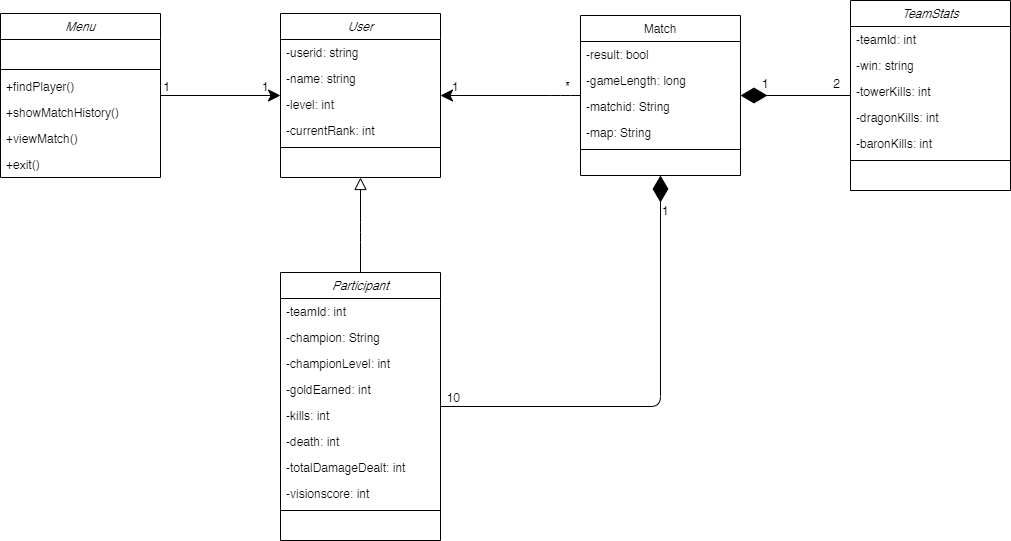
Earlier version of the draw.io export class_diagram.png (greg-bahr/lol-match-history). Source tidied: cells renumbered, new cells last; positions are measured from the earlier drawing's top-left corner, leaving out a move shared by most shapes. Source of this version:
```xml
<mxGraphModel>
  <root>
    <mxCell id="0" />
    <mxCell id="1" parent="0" />
    <mxCell id="2" value="User" style="swimlane;fontStyle=2;align=center;verticalAlign=top;horizontal=1;startSize=26;rounded=0;shadow=0;strokeWidth=1;" parent="1" vertex="1">
      <mxGeometry x="280" y="13" width="160" height="164" as="geometry" />
    </mxCell>
    <mxCell id="3" value="-userid: string" style="text;align=left;verticalAlign=top;spacingLeft=4;spacingRight=4;overflow=hidden;rounded=0;shadow=0;html=0;" parent="2" vertex="1">
      <mxGeometry y="26" width="160" height="26" as="geometry" />
    </mxCell>
    <mxCell id="4" value="-name: string" style="text;align=left;verticalAlign=top;spacingLeft=4;spacingRight=4;overflow=hidden;rounded=0;shadow=0;html=0;" parent="2" vertex="1">
      <mxGeometry y="52" width="160" height="26" as="geometry" />
    </mxCell>
    <mxCell id="5" value="-level: int" style="text;align=left;verticalAlign=top;spacingLeft=4;spacingRight=4;overflow=hidden;rounded=0;shadow=0;html=0;" parent="2" vertex="1">
      <mxGeometry y="78" width="160" height="26" as="geometry" />
    </mxCell>
    <mxCell id="6" value="-currentRank: int" style="text;align=left;verticalAlign=top;spacingLeft=4;spacingRight=4;overflow=hidden;rounded=0;shadow=0;html=0;" parent="2" vertex="1">
      <mxGeometry y="104" width="160" height="26" as="geometry" />
    </mxCell>
    <mxCell id="7" style="line;html=1;strokeWidth=1;align=left;verticalAlign=middle;spacingTop=-1;spacingLeft=3;spacingRight=3;labelPosition=right;" parent="2" vertex="1">
      <mxGeometry y="130" width="160" height="8" as="geometry" />
    </mxCell>
    <mxCell id="8" value="Match" style="swimlane;fontStyle=0;align=center;verticalAlign=top;horizontal=1;startSize=26;rounded=0;shadow=0;strokeWidth=1;" parent="1" vertex="1">
      <mxGeometry x="580" y="15" width="160" height="160" as="geometry" />
    </mxCell>
    <mxCell id="9" value="-result: bool" style="text;align=left;verticalAlign=top;spacingLeft=4;spacingRight=4;overflow=hidden;rounded=0;shadow=0;html=0;" parent="8" vertex="1">
      <mxGeometry y="26" width="160" height="26" as="geometry" />
    </mxCell>
    <mxCell id="10" value="-gameLength: long" style="text;align=left;verticalAlign=top;spacingLeft=4;spacingRight=4;overflow=hidden;" parent="8" vertex="1">
      <mxGeometry y="52" width="160" height="26" as="geometry" />
    </mxCell>
    <mxCell id="11" value="-matchid: String" style="text;align=left;verticalAlign=top;spacingLeft=4;spacingRight=4;overflow=hidden;rounded=0;shadow=0;html=0;" parent="8" vertex="1">
      <mxGeometry y="78" width="160" height="26" as="geometry" />
    </mxCell>
    <mxCell id="12" value="-map: String" style="text;align=left;verticalAlign=top;spacingLeft=4;spacingRight=4;overflow=hidden;rounded=0;shadow=0;html=0;" parent="8" vertex="1">
      <mxGeometry y="104" width="160" height="26" as="geometry" />
    </mxCell>
    <mxCell id="13" style="line;html=1;strokeWidth=1;align=left;verticalAlign=middle;spacingTop=-1;spacingLeft=3;spacingRight=3;labelPosition=right;" parent="8" vertex="1">
      <mxGeometry y="130" width="160" height="8" as="geometry" />
    </mxCell>
    <mxCell id="14" value="TeamStats" style="swimlane;fontStyle=2;align=center;verticalAlign=top;horizontal=1;startSize=26;rounded=0;shadow=0;strokeWidth=1;" parent="1" vertex="1">
      <mxGeometry x="850" width="160" height="190" as="geometry" />
    </mxCell>
    <mxCell id="15" value="-teamId: int" style="text;align=left;verticalAlign=top;spacingLeft=4;spacingRight=4;overflow=hidden;" parent="14" vertex="1">
      <mxGeometry y="26" width="160" height="26" as="geometry" />
    </mxCell>
    <mxCell id="16" value="-win: string" style="text;align=left;verticalAlign=top;spacingLeft=4;spacingRight=4;overflow=hidden;rounded=0;shadow=0;html=0;" parent="14" vertex="1">
      <mxGeometry y="52" width="160" height="26" as="geometry" />
    </mxCell>
    <mxCell id="17" value="-towerKills: int" style="text;align=left;verticalAlign=top;spacingLeft=4;spacingRight=4;overflow=hidden;" parent="14" vertex="1">
      <mxGeometry y="78" width="160" height="26" as="geometry" />
    </mxCell>
    <mxCell id="18" value="-dragonKills: int" style="text;align=left;verticalAlign=top;spacingLeft=4;spacingRight=4;overflow=hidden;" parent="14" vertex="1">
      <mxGeometry y="104" width="160" height="26" as="geometry" />
    </mxCell>
    <mxCell id="19" value="-baronKills: int" style="text;align=left;verticalAlign=top;spacingLeft=4;spacingRight=4;overflow=hidden;" parent="14" vertex="1">
      <mxGeometry y="130" width="160" height="26" as="geometry" />
    </mxCell>
    <mxCell id="20" style="line;html=1;strokeWidth=1;align=left;verticalAlign=middle;spacingTop=-1;spacingLeft=3;spacingRight=3;labelPosition=right;" parent="14" vertex="1">
      <mxGeometry y="156" width="160" height="8" as="geometry" />
    </mxCell>
    <mxCell id="21" value="Participant" style="swimlane;fontStyle=2;align=center;verticalAlign=top;horizontal=1;startSize=26;rounded=0;shadow=0;strokeWidth=1;" parent="1" vertex="1">
      <mxGeometry x="280" y="272" width="160" height="268" as="geometry" />
    </mxCell>
    <mxCell id="22" value="-teamId: int" style="text;align=left;verticalAlign=top;spacingLeft=4;spacingRight=4;overflow=hidden;" parent="21" vertex="1">
      <mxGeometry y="26" width="160" height="26" as="geometry" />
    </mxCell>
    <mxCell id="23" value="-champion: String" style="text;align=left;verticalAlign=top;spacingLeft=4;spacingRight=4;overflow=hidden;rounded=0;shadow=0;html=0;" parent="21" vertex="1">
      <mxGeometry y="52" width="160" height="26" as="geometry" />
    </mxCell>
    <mxCell id="24" value="-championLevel: int" style="text;align=left;verticalAlign=top;spacingLeft=4;spacingRight=4;overflow=hidden;rounded=0;shadow=0;html=0;" parent="21" vertex="1">
      <mxGeometry y="78" width="160" height="26" as="geometry" />
    </mxCell>
    <mxCell id="25" value="-goldEarned: int" style="text;align=left;verticalAlign=top;spacingLeft=4;spacingRight=4;overflow=hidden;" parent="21" vertex="1">
      <mxGeometry y="104" width="160" height="26" as="geometry" />
    </mxCell>
    <mxCell id="26" value="-kills: int" style="text;align=left;verticalAlign=top;spacingLeft=4;spacingRight=4;overflow=hidden;rounded=0;shadow=0;html=0;" parent="21" vertex="1">
      <mxGeometry y="130" width="160" height="26" as="geometry" />
    </mxCell>
    <mxCell id="27" value="-death: int" style="text;align=left;verticalAlign=top;spacingLeft=4;spacingRight=4;overflow=hidden;rounded=0;shadow=0;html=0;" parent="21" vertex="1">
      <mxGeometry y="156" width="160" height="26" as="geometry" />
    </mxCell>
    <mxCell id="28" value="-totalDamageDealt: int" style="text;align=left;verticalAlign=top;spacingLeft=4;spacingRight=4;overflow=hidden;" parent="21" vertex="1">
      <mxGeometry y="182" width="160" height="26" as="geometry" />
    </mxCell>
    <mxCell id="29" value="-visionscore: int" style="text;align=left;verticalAlign=top;spacingLeft=4;spacingRight=4;overflow=hidden;" parent="21" vertex="1">
      <mxGeometry y="208" width="160" height="26" as="geometry" />
    </mxCell>
    <mxCell id="30" style="line;html=1;strokeWidth=1;align=left;verticalAlign=middle;spacingTop=-1;spacingLeft=3;spacingRight=3;labelPosition=right;" parent="21" vertex="1">
      <mxGeometry y="234" width="160" height="8" as="geometry" />
    </mxCell>
    <mxCell id="31" style="endArrow=block;html=1;endFill=0;exitX=0.5;exitY=0;exitDx=0;exitDy=0;entryX=0.5;entryY=1;entryDx=0;entryDy=0;rounded=1;endSize=10;" parent="1" edge="1" source="21" target="2">
      <mxGeometry relative="1" as="geometry">
        <Array as="points">
          <mxPoint x="360" y="232" />
        </Array>
      </mxGeometry>
    </mxCell>
    <mxCell id="32" style="endArrow=none;html=1;rounded=1;startArrow=classic;startFill=1;entryX=0;entryY=0.5;entryDx=0;entryDy=0;startSize=10;exitX=1;exitY=0.5;exitDx=0;exitDy=0;" parent="1" edge="1" source="2" target="8">
      <mxGeometry relative="1" as="geometry">
        <Array as="points">
          <mxPoint x="560" y="95" />
        </Array>
      </mxGeometry>
    </mxCell>
    <mxCell id="33" value="1" style="html=1;align=left;verticalAlign=bottom;" parent="32" vertex="1">
      <mxGeometry x="-1" relative="1" as="geometry">
        <mxPoint x="10" as="offset" />
      </mxGeometry>
    </mxCell>
    <mxCell id="34" value="*" style="html=1;align=right;verticalAlign=bottom;" parent="32" vertex="1">
      <mxGeometry x="1" relative="1" as="geometry">
        <mxPoint x="-10" as="offset" />
      </mxGeometry>
    </mxCell>
    <mxCell id="35" style="html=1;align=left;verticalAlign=bottom;" parent="1" vertex="1">
      <mxGeometry x="440" y="95" as="geometry">
        <mxPoint x="111" y="181" as="offset" />
      </mxGeometry>
    </mxCell>
    <mxCell id="36" style="endArrow=none;html=1;rounded=1;startArrow=diamondThin;startFill=1;entryX=1;entryY=0.5;entryDx=0;entryDy=0;exitX=0.5;exitY=1;exitDx=0;exitDy=0;endSize=24;startSize=24;" parent="1" edge="1" source="8" target="21">
      <mxGeometry relative="1" as="geometry">
        <Array as="points">
          <mxPoint x="660" y="406" />
        </Array>
      </mxGeometry>
    </mxCell>
    <mxCell id="37" value="1" style="html=1;align=left;verticalAlign=bottom;" parent="36" vertex="1">
      <mxGeometry x="-1" relative="1" as="geometry">
        <mxPoint y="44" as="offset" />
      </mxGeometry>
    </mxCell>
    <mxCell id="38" value="10" style="html=1;align=right;verticalAlign=bottom;" parent="36" vertex="1">
      <mxGeometry x="1" relative="1" as="geometry">
        <mxPoint x="19.9" as="offset" />
      </mxGeometry>
    </mxCell>
    <mxCell id="39" style="endArrow=none;html=1;rounded=1;startArrow=diamondThin;startFill=1;entryX=0;entryY=0.5;entryDx=0;entryDy=0;exitX=1;exitY=0.5;exitDx=0;exitDy=0;endSize=24;startSize=24;" parent="1" edge="1" source="8" target="14">
      <mxGeometry relative="1" as="geometry" />
    </mxCell>
    <mxCell id="40" value="1" style="html=1;align=left;verticalAlign=bottom;" parent="39" vertex="1">
      <mxGeometry x="-1" relative="1" as="geometry">
        <mxPoint x="20" y="-3" as="offset" />
      </mxGeometry>
    </mxCell>
    <mxCell id="41" value="2" style="html=1;align=right;verticalAlign=bottom;" parent="39" vertex="1">
      <mxGeometry x="1" relative="1" as="geometry">
        <mxPoint x="-10" y="-3" as="offset" />
      </mxGeometry>
    </mxCell>
    <mxCell id="42" value="Menu" style="swimlane;fontStyle=2;align=center;verticalAlign=top;horizontal=1;startSize=26;rounded=0;shadow=0;strokeWidth=1;" parent="1" vertex="1">
      <mxGeometry y="13" width="160" height="164" as="geometry" />
    </mxCell>
    <mxCell id="43" value=" " style="text;align=left;verticalAlign=top;spacingLeft=4;spacingRight=4;overflow=hidden;rounded=0;shadow=0;html=0;" parent="42" vertex="1">
      <mxGeometry y="26" width="160" height="26" as="geometry" />
    </mxCell>
    <mxCell id="44" style="line;html=1;strokeWidth=1;align=left;verticalAlign=middle;spacingTop=-1;spacingLeft=3;spacingRight=3;labelPosition=right;" parent="42" vertex="1">
      <mxGeometry y="52" width="160" height="8" as="geometry" />
    </mxCell>
    <mxCell id="45" value="+findPlayer()" style="text;align=left;verticalAlign=top;spacingLeft=4;spacingRight=4;overflow=hidden;rounded=0;shadow=0;html=0;" parent="42" vertex="1">
      <mxGeometry y="60" width="160" height="26" as="geometry" />
    </mxCell>
    <mxCell id="46" value="+showMatchHistory()" style="text;align=left;verticalAlign=top;spacingLeft=4;spacingRight=4;overflow=hidden;rounded=0;shadow=0;html=0;" parent="42" vertex="1">
      <mxGeometry y="86" width="160" height="26" as="geometry" />
    </mxCell>
    <mxCell id="47" value="+viewMatch()" style="text;align=left;verticalAlign=top;spacingLeft=4;spacingRight=4;overflow=hidden;rounded=0;shadow=0;html=0;" parent="42" vertex="1">
      <mxGeometry y="112" width="160" height="26" as="geometry" />
    </mxCell>
    <mxCell id="48" value="+exit()" style="text;align=left;verticalAlign=top;spacingLeft=4;spacingRight=4;overflow=hidden;rounded=0;shadow=0;html=0;" parent="42" vertex="1">
      <mxGeometry y="138" width="160" height="26" as="geometry" />
    </mxCell>
    <mxCell id="49" style="endArrow=none;html=1;rounded=1;startArrow=classic;startFill=1;entryX=1;entryY=0.5;entryDx=0;entryDy=0;startSize=10;exitX=0;exitY=0.5;exitDx=0;exitDy=0;" parent="1" edge="1" source="2" target="42">
      <mxGeometry relative="1" as="geometry" />
    </mxCell>
    <mxCell id="50" value="1" style="html=1;align=left;verticalAlign=bottom;" parent="49" vertex="1">
      <mxGeometry x="-1" relative="1" as="geometry">
        <mxPoint x="-20" as="offset" />
      </mxGeometry>
    </mxCell>
    <mxCell id="51" value="1" style="html=1;align=right;verticalAlign=bottom;" parent="49" vertex="1">
      <mxGeometry x="1" relative="1" as="geometry">
        <mxPoint x="10" as="offset" />
      </mxGeometry>
    </mxCell>
  </root>
</mxGraphModel>
```
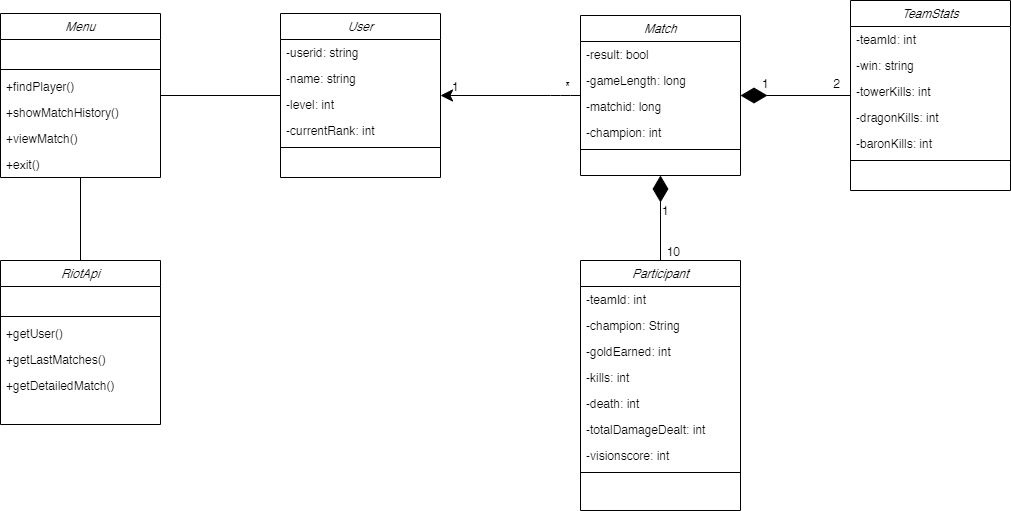
After the commit.

Commit message:
Changed class_diagram

Change to the diagram source:
```diff
@@ -20,7 +20,7 @@
     <mxCell id="7" style="line;html=1;strokeWidth=1;align=left;verticalAlign=middle;spacingTop=-1;spacingLeft=3;spacingRight=3;labelPosition=right;" parent="2" vertex="1">
       <mxGeometry y="130" width="160" height="8" as="geometry" />
     </mxCell>
-    <mxCell id="8" value="Match" style="swimlane;fontStyle=0;align=center;verticalAlign=top;horizontal=1;startSize=26;rounded=0;shadow=0;strokeWidth=1;" parent="1" vertex="1">
+    <mxCell id="8" value="Match" style="swimlane;fontStyle=2;align=center;verticalAlign=top;horizontal=1;startSize=26;rounded=0;shadow=0;strokeWidth=1;" parent="1" vertex="1">
       <mxGeometry x="580" y="15" width="160" height="160" as="geometry" />
     </mxCell>
     <mxCell id="9" value="-result: bool" style="text;align=left;verticalAlign=top;spacingLeft=4;spacingRight=4;overflow=hidden;rounded=0;shadow=0;html=0;" parent="8" vertex="1">
@@ -29,10 +29,10 @@
     <mxCell id="10" value="-gameLength: long" style="text;align=left;verticalAlign=top;spacingLeft=4;spacingRight=4;overflow=hidden;" parent="8" vertex="1">
       <mxGeometry y="52" width="160" height="26" as="geometry" />
     </mxCell>
-    <mxCell id="11" value="-matchid: String" style="text;align=left;verticalAlign=top;spacingLeft=4;spacingRight=4;overflow=hidden;rounded=0;shadow=0;html=0;" parent="8" vertex="1">
+    <mxCell id="11" value="-matchid: long" style="text;align=left;verticalAlign=top;spacingLeft=4;spacingRight=4;overflow=hidden;rounded=0;shadow=0;html=0;" parent="8" vertex="1">
       <mxGeometry y="78" width="160" height="26" as="geometry" />
     </mxCell>
-    <mxCell id="12" value="-map: String" style="text;align=left;verticalAlign=top;spacingLeft=4;spacingRight=4;overflow=hidden;rounded=0;shadow=0;html=0;" parent="8" vertex="1">
+    <mxCell id="12" value="-champion: int" style="text;align=left;verticalAlign=top;spacingLeft=4;spacingRight=4;overflow=hidden;rounded=0;shadow=0;html=0;" parent="8" vertex="1">
       <mxGeometry y="104" width="160" height="26" as="geometry" />
     </mxCell>
     <mxCell id="13" style="line;html=1;strokeWidth=1;align=left;verticalAlign=middle;spacingTop=-1;spacingLeft=3;spacingRight=3;labelPosition=right;" parent="8" vertex="1">
@@ -60,7 +60,7 @@
       <mxGeometry y="156" width="160" height="8" as="geometry" />
     </mxCell>
     <mxCell id="21" value="Participant" style="swimlane;fontStyle=2;align=center;verticalAlign=top;horizontal=1;startSize=26;rounded=0;shadow=0;strokeWidth=1;" parent="1" vertex="1">
-      <mxGeometry x="280" y="272" width="160" height="268" as="geometry" />
+      <mxGeometry x="580" y="260" width="160" height="250" as="geometry" />
     </mxCell>
     <mxCell id="22" value="-teamId: int" style="text;align=left;verticalAlign=top;spacingLeft=4;spacingRight=4;overflow=hidden;" parent="21" vertex="1">
       <mxGeometry y="26" width="160" height="26" as="geometry" />
@@ -68,34 +68,24 @@
     <mxCell id="23" value="-champion: String" style="text;align=left;verticalAlign=top;spacingLeft=4;spacingRight=4;overflow=hidden;rounded=0;shadow=0;html=0;" parent="21" vertex="1">
       <mxGeometry y="52" width="160" height="26" as="geometry" />
     </mxCell>
-    <mxCell id="24" value="-championLevel: int" style="text;align=left;verticalAlign=top;spacingLeft=4;spacingRight=4;overflow=hidden;rounded=0;shadow=0;html=0;" parent="21" vertex="1">
-      <mxGeometry y="78" width="160" height="26" as="geometry" />
-    </mxCell>
     <mxCell id="25" value="-goldEarned: int" style="text;align=left;verticalAlign=top;spacingLeft=4;spacingRight=4;overflow=hidden;" parent="21" vertex="1">
-      <mxGeometry y="104" width="160" height="26" as="geometry" />
+      <mxGeometry y="78" width="160" height="26" as="geometry" />
     </mxCell>
     <mxCell id="26" value="-kills: int" style="text;align=left;verticalAlign=top;spacingLeft=4;spacingRight=4;overflow=hidden;rounded=0;shadow=0;html=0;" parent="21" vertex="1">
-      <mxGeometry y="130" width="160" height="26" as="geometry" />
+      <mxGeometry y="104" width="160" height="26" as="geometry" />
     </mxCell>
     <mxCell id="27" value="-death: int" style="text;align=left;verticalAlign=top;spacingLeft=4;spacingRight=4;overflow=hidden;rounded=0;shadow=0;html=0;" parent="21" vertex="1">
-      <mxGeometry y="156" width="160" height="26" as="geometry" />
+      <mxGeometry y="130" width="160" height="26" as="geometry" />
     </mxCell>
     <mxCell id="28" value="-totalDamageDealt: int" style="text;align=left;verticalAlign=top;spacingLeft=4;spacingRight=4;overflow=hidden;" parent="21" vertex="1">
-      <mxGeometry y="182" width="160" height="26" as="geometry" />
+      <mxGeometry y="156" width="160" height="26" as="geometry" />
     </mxCell>
     <mxCell id="29" value="-visionscore: int" style="text;align=left;verticalAlign=top;spacingLeft=4;spacingRight=4;overflow=hidden;" parent="21" vertex="1">
-      <mxGeometry y="208" width="160" height="26" as="geometry" />
+      <mxGeometry y="182" width="160" height="26" as="geometry" />
     </mxCell>
     <mxCell id="30" style="line;html=1;strokeWidth=1;align=left;verticalAlign=middle;spacingTop=-1;spacingLeft=3;spacingRight=3;labelPosition=right;" parent="21" vertex="1">
-      <mxGeometry y="234" width="160" height="8" as="geometry" />
+      <mxGeometry y="208" width="160" height="8" as="geometry" />
     </mxCell>
-    <mxCell id="31" style="endArrow=block;html=1;endFill=0;exitX=0.5;exitY=0;exitDx=0;exitDy=0;entryX=0.5;entryY=1;entryDx=0;entryDy=0;rounded=1;endSize=10;" parent="1" edge="1" source="21" target="2">
-      <mxGeometry relative="1" as="geometry">
-        <Array as="points">
-          <mxPoint x="360" y="232" />
-        </Array>
-      </mxGeometry>
-    </mxCell>
     <mxCell id="32" style="endArrow=none;html=1;rounded=1;startArrow=classic;startFill=1;entryX=0;entryY=0.5;entryDx=0;entryDy=0;startSize=10;exitX=1;exitY=0.5;exitDx=0;exitDy=0;" parent="1" edge="1" source="2" target="8">
       <mxGeometry relative="1" as="geometry">
         <Array as="points">
@@ -118,12 +108,8 @@
         <mxPoint x="111" y="181" as="offset" />
       </mxGeometry>
     </mxCell>
-    <mxCell id="36" style="endArrow=none;html=1;rounded=1;startArrow=diamondThin;startFill=1;entryX=1;entryY=0.5;entryDx=0;entryDy=0;exitX=0.5;exitY=1;exitDx=0;exitDy=0;endSize=24;startSize=24;" parent="1" edge="1" source="8" target="21">
-      <mxGeometry relative="1" as="geometry">
-        <Array as="points">
-          <mxPoint x="660" y="406" />
-        </Array>
-      </mxGeometry>
+    <mxCell id="36" style="endArrow=none;html=1;rounded=1;startArrow=diamondThin;startFill=1;entryX=0.5;entryY=0;entryDx=0;entryDy=0;exitX=0.5;exitY=1;exitDx=0;exitDy=0;endSize=24;startSize=24;" parent="1" edge="1" source="8" target="21">
+      <mxGeometry relative="1" as="geometry" />
     </mxCell>
     <mxCell id="37" value="1" style="html=1;align=left;verticalAlign=bottom;" parent="36" vertex="1">
       <mxGeometry x="-1" relative="1" as="geometry">
@@ -148,6 +134,9 @@
         <mxPoint x="-10" y="-3" as="offset" />
       </mxGeometry>
     </mxCell>
+    <mxCell id="52" style="edgeStyle=orthogonalEdgeStyle;rounded=0;jettySize=auto;html=1;exitX=0.5;exitY=1;exitDx=0;exitDy=0;entryX=0.5;entryY=0;entryDx=0;entryDy=0;startArrow=none;startFill=0;endArrow=none;endFill=0;" parent="1" edge="1" source="42" target="53">
+      <mxGeometry relative="1" as="geometry" />
+    </mxCell>
     <mxCell id="42" value="Menu" style="swimlane;fontStyle=2;align=center;verticalAlign=top;horizontal=1;startSize=26;rounded=0;shadow=0;strokeWidth=1;" parent="1" vertex="1">
       <mxGeometry y="13" width="160" height="164" as="geometry" />
     </mxCell>
@@ -169,18 +158,26 @@
     <mxCell id="48" value="+exit()" style="text;align=left;verticalAlign=top;spacingLeft=4;spacingRight=4;overflow=hidden;rounded=0;shadow=0;html=0;" parent="42" vertex="1">
       <mxGeometry y="138" width="160" height="26" as="geometry" />
     </mxCell>
-    <mxCell id="49" style="endArrow=none;html=1;rounded=1;startArrow=classic;startFill=1;entryX=1;entryY=0.5;entryDx=0;entryDy=0;startSize=10;exitX=0;exitY=0.5;exitDx=0;exitDy=0;" parent="1" edge="1" source="2" target="42">
+    <mxCell id="49" style="endArrow=none;html=1;rounded=1;startArrow=none;startFill=0;entryX=1;entryY=0.5;entryDx=0;entryDy=0;startSize=10;exitX=0;exitY=0.5;exitDx=0;exitDy=0;" parent="1" edge="1" source="2" target="42">
       <mxGeometry relative="1" as="geometry" />
     </mxCell>
-    <mxCell id="50" value="1" style="html=1;align=left;verticalAlign=bottom;" parent="49" vertex="1">
-      <mxGeometry x="-1" relative="1" as="geometry">
-        <mxPoint x="-20" as="offset" />
-      </mxGeometry>
-    </mxCell>
-    <mxCell id="51" value="1" style="html=1;align=right;verticalAlign=bottom;" parent="49" vertex="1">
-      <mxGeometry x="1" relative="1" as="geometry">
-        <mxPoint x="10" as="offset" />
-      </mxGeometry>
-    </mxCell>
+    <mxCell id="53" value="RiotApi" style="swimlane;fontStyle=2;align=center;verticalAlign=top;horizontal=1;startSize=26;rounded=0;shadow=0;strokeWidth=1;" parent="1" vertex="1">
+      <mxGeometry y="260" width="160" height="164" as="geometry" />
+    </mxCell>
+    <mxCell id="54" value=" " style="text;align=left;verticalAlign=top;spacingLeft=4;spacingRight=4;overflow=hidden;rounded=0;shadow=0;html=0;" parent="53" vertex="1">
+      <mxGeometry y="26" width="160" height="26" as="geometry" />
+    </mxCell>
+    <mxCell id="55" style="line;html=1;strokeWidth=1;align=left;verticalAlign=middle;spacingTop=-1;spacingLeft=3;spacingRight=3;labelPosition=right;" parent="53" vertex="1">
+      <mxGeometry y="52" width="160" height="8" as="geometry" />
+    </mxCell>
+    <mxCell id="56" value="+getUser()" style="text;align=left;verticalAlign=top;spacingLeft=4;spacingRight=4;overflow=hidden;rounded=0;shadow=0;html=0;" parent="53" vertex="1">
+      <mxGeometry y="60" width="160" height="26" as="geometry" />
+    </mxCell>
+    <mxCell id="57" value="+getLastMatches()" style="text;align=left;verticalAlign=top;spacingLeft=4;spacingRight=4;overflow=hidden;rounded=0;shadow=0;html=0;" parent="53" vertex="1">
+      <mxGeometry y="86" width="160" height="26" as="geometry" />
+    </mxCell>
+    <mxCell id="58" value="+getDetailedMatch()" style="text;align=left;verticalAlign=top;spacingLeft=4;spacingRight=4;overflow=hidden;rounded=0;shadow=0;html=0;" parent="53" vertex="1">
+      <mxGeometry y="112" width="160" height="26" as="geometry" />
+    </mxCell>
   </root>
 </mxGraphModel>
```
